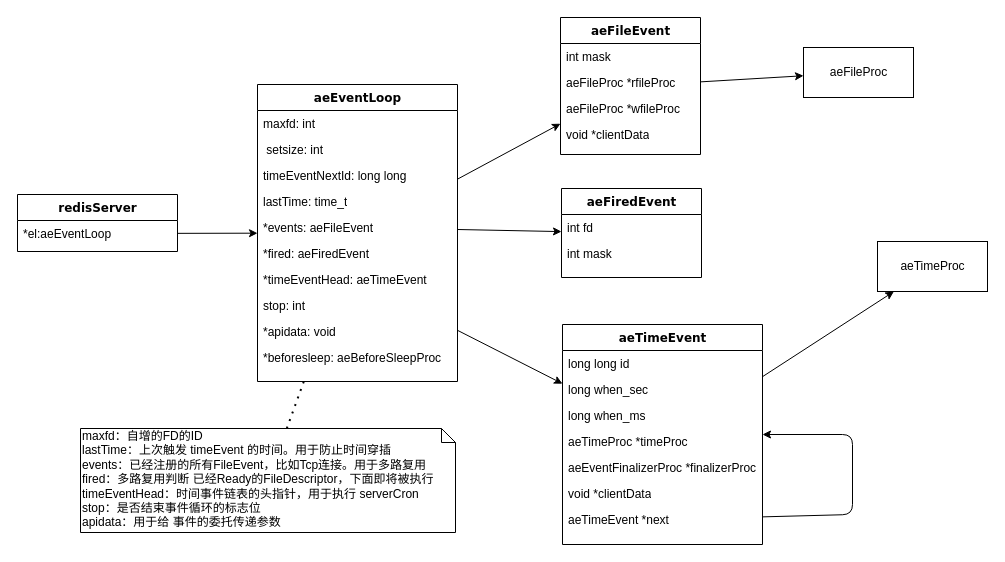
The draw.io diagram Diagrams/Untitled Diagram.drawio in Lucas20029/redis-3.0-annotated, before the edit. Source tidied: cells renumbered, new cells numbered last; positions are measured from the earlier drawing's top-left corner, leaving out a move shared by most shapes. Both pictures are drawn from the tidied source at 100%, with x=0, y=0 at pixel (17, 17).
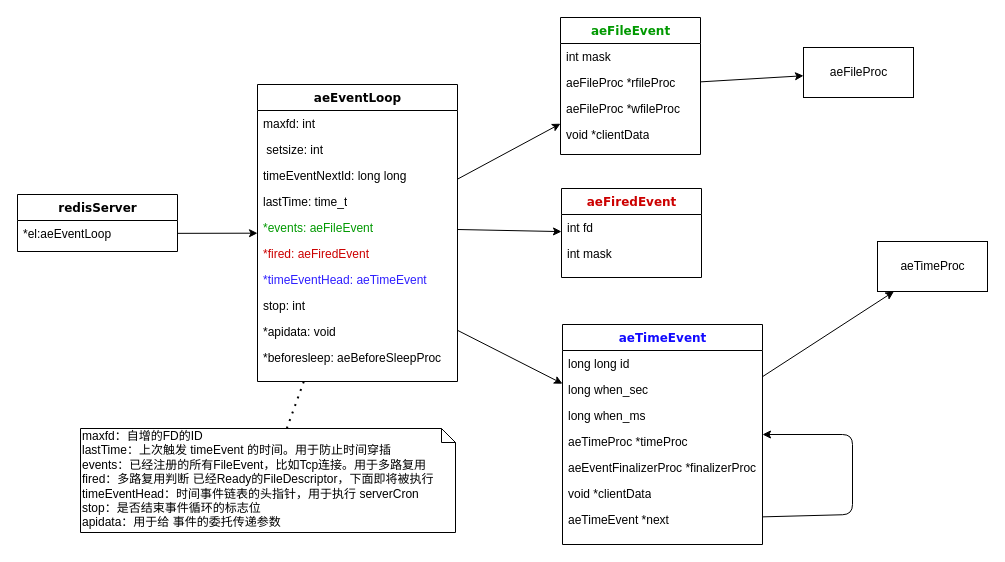
Above is the later version.

Commit message:
事件循环类图.drawio

The change refers to these unchanged cells:
```xml
<mxCell id="5" value="aeEventLoop" style="swimlane;html=1;fontStyle=1;align=center;verticalAlign=top;horizontal=1;startSize=26;swimlaneFillColor=#ffffff;rounded=0;shadow=0;comic=0;labelBackgroundColor=none;strokeWidth=1;fillColor=none;fontFamily=Verdana;fontSize=12;" parent="1" vertex="1">
  <mxGeometry x="240" y="67" width="200" height="297" as="geometry" />
</mxCell>
```

The edit, as a diff of the source:
```diff
@@
-    <mxCell id="10" value="*events: aeFileEvent" style="text;html=1;strokeColor=none;fillColor=none;align=left;verticalAlign=top;spacingLeft=4;spacingRight=4;whiteSpace=wrap;overflow=hidden;points=[[0,0.5],[1,0.5]];portConstraint=eastwest;" parent="5" vertex="1">
+    <mxCell id="10" value="&lt;font color=&quot;#009900&quot;&gt;*events: aeFileEvent&lt;/font&gt;" style="text;html=1;strokeColor=none;fillColor=none;align=left;verticalAlign=top;spacingLeft=4;spacingRight=4;whiteSpace=wrap;overflow=hidden;points=[[0,0.5],[1,0.5]];portConstraint=eastwest;" parent="5" vertex="1">
       <mxGeometry y="130" width="200" height="26" as="geometry" />
     </mxCell>
-    <mxCell id="11" value="*fired: aeFiredEvent" style="text;html=1;strokeColor=none;fillColor=none;align=left;verticalAlign=top;spacingLeft=4;spacingRight=4;whiteSpace=wrap;overflow=hidden;" parent="5" vertex="1">
+    <mxCell id="11" value="&lt;font color=&quot;#cc0000&quot;&gt;*fired: aeFiredEvent&lt;/font&gt;" style="text;html=1;strokeColor=none;fillColor=none;align=left;verticalAlign=top;spacingLeft=4;spacingRight=4;whiteSpace=wrap;overflow=hidden;" parent="5" vertex="1">
       <mxGeometry y="156" width="200" height="26" as="geometry" />
     </mxCell>
-    <mxCell id="12" value="*timeEventHead: aeTimeEvent" style="text;html=1;strokeColor=none;fillColor=none;align=left;verticalAlign=top;spacingLeft=4;spacingRight=4;whiteSpace=wrap;overflow=hidden;points=[[0,0.5],[1,0.5]];portConstraint=eastwest;" parent="5" vertex="1">
+    <mxCell id="12" value="&lt;font color=&quot;#2e1fff&quot;&gt;*timeEventHead: aeTimeEvent&lt;/font&gt;" style="text;html=1;strokeColor=none;fillColor=none;align=left;verticalAlign=top;spacingLeft=4;spacingRight=4;whiteSpace=wrap;overflow=hidden;points=[[0,0.5],[1,0.5]];portConstraint=eastwest;" parent="5" vertex="1">
       <mxGeometry y="182" width="200" height="26" as="geometry" />
     </mxCell>
@@
-    <mxCell id="24" value="aeTimeEvent" style="swimlane;html=1;fontStyle=1;align=center;verticalAlign=top;horizontal=1;startSize=26;swimlaneFillColor=#ffffff;rounded=0;shadow=0;comic=0;labelBackgroundColor=none;strokeWidth=1;fillColor=none;fontFamily=Verdana;fontSize=12;" parent="1" vertex="1">
+    <mxCell id="24" value="&lt;font color=&quot;#120aff&quot;&gt;aeTimeEvent&lt;/font&gt;" style="swimlane;html=1;fontStyle=1;align=center;verticalAlign=top;horizontal=1;startSize=26;swimlaneFillColor=#ffffff;rounded=0;shadow=0;comic=0;labelBackgroundColor=none;strokeWidth=1;fillColor=none;fontFamily=Verdana;fontSize=12;" parent="1" vertex="1">
       <mxGeometry x="545" y="307" width="200" height="220" as="geometry" />
     </mxCell>
@@
-    <mxCell id="33" value="aeFileEvent" style="swimlane;html=1;fontStyle=1;align=center;verticalAlign=top;horizontal=1;startSize=26;swimlaneFillColor=#ffffff;rounded=0;shadow=0;comic=0;labelBackgroundColor=none;strokeWidth=1;fillColor=none;fontFamily=Verdana;fontSize=12;" parent="1" vertex="1">
+    <mxCell id="33" value="&lt;font color=&quot;#009900&quot;&gt;aeFileEvent&lt;/font&gt;" style="swimlane;html=1;fontStyle=1;align=center;verticalAlign=top;horizontal=1;startSize=26;swimlaneFillColor=#ffffff;rounded=0;shadow=0;comic=0;labelBackgroundColor=none;strokeWidth=1;fillColor=none;fontFamily=Verdana;fontSize=12;" parent="1" vertex="1">
       <mxGeometry x="543" width="140" height="137" as="geometry" />
     </mxCell>
@@
-    <mxCell id="39" value="aeFiredEvent" style="swimlane;html=1;fontStyle=1;align=center;verticalAlign=top;horizontal=1;startSize=26;swimlaneFillColor=#ffffff;rounded=0;shadow=0;comic=0;labelBackgroundColor=none;strokeWidth=1;fillColor=none;fontFamily=Verdana;fontSize=12;" parent="1" vertex="1">
+    <mxCell id="39" value="&lt;font color=&quot;#cc0000&quot;&gt;aeFiredEvent&lt;/font&gt;" style="swimlane;html=1;fontStyle=1;align=center;verticalAlign=top;horizontal=1;startSize=26;swimlaneFillColor=#ffffff;rounded=0;shadow=0;comic=0;labelBackgroundColor=none;strokeWidth=1;fillColor=none;fontFamily=Verdana;fontSize=12;" parent="1" vertex="1">
       <mxGeometry x="544" y="171" width="140" height="89" as="geometry" />
     </mxCell>
```
